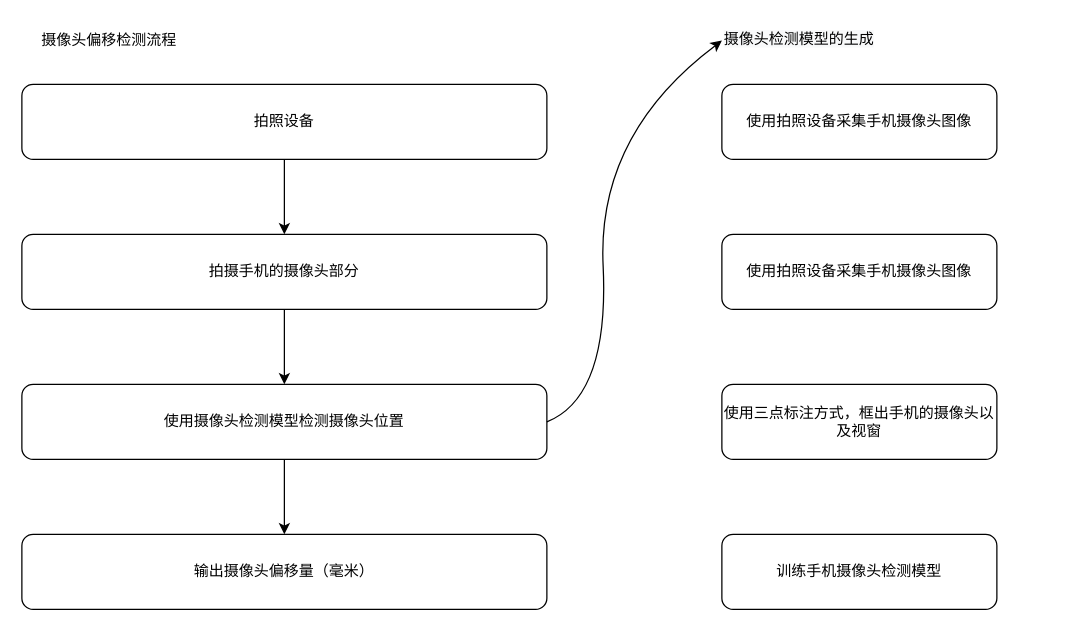
This is 摄像头偏移检测流程图.drawio from Linranran/my_images, a draw.io file, before an edit. Source tidied: cells renumbered, new cells numbered last; positions are measured from the earlier drawing's top-left corner, leaving out a move shared by most shapes. Both pictures are drawn from the tidied source at 125%, with x=0, y=0 at pixel (21, 21).
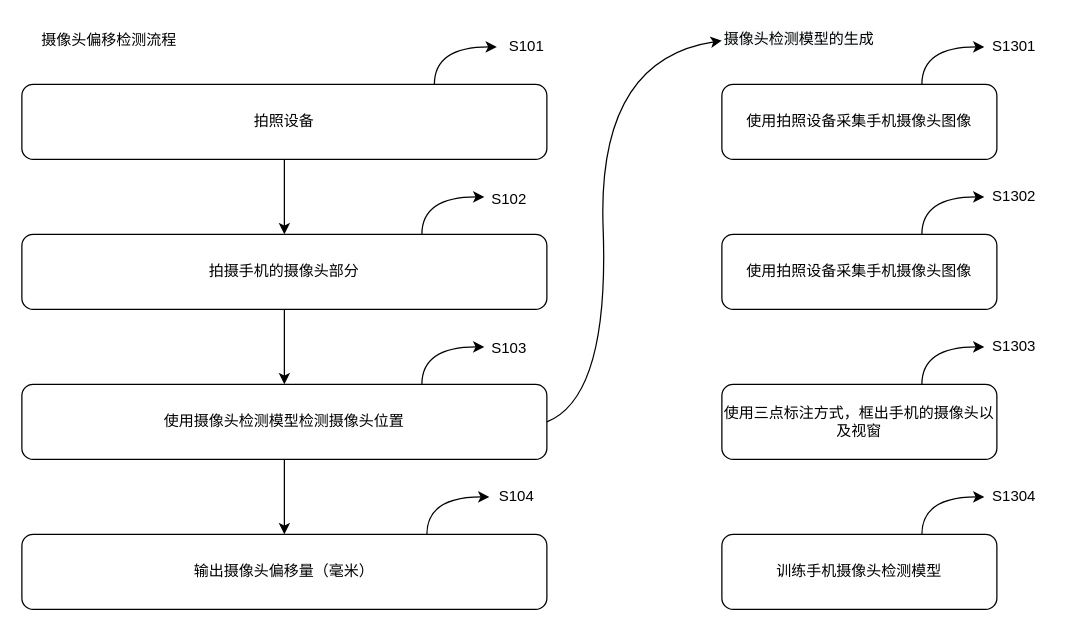
The same diagram, later.

Commit message (it also covers changes not shown here):
Update 摄像头偏移检测流程图.drawio

The change refers to these unchanged cells:
```xml
<mxCell id="7" value="使用摄像头检测模型检测摄像头位置" style="rounded=1;whiteSpace=wrap;html=1;" parent="1" vertex="1">
  <mxGeometry y="290" width="420" height="60" as="geometry" />
</mxCell>
<mxCell id="11" value="&lt;span style=&quot;color: rgb(0, 0, 0); font-family: Helvetica; font-size: 12px; font-style: normal; font-variant-ligatures: normal; font-variant-caps: normal; font-weight: 400; letter-spacing: normal; orphans: 2; text-align: center; text-indent: 0px; text-transform: none; widows: 2; word-spacing: 0px; -webkit-text-stroke-width: 0px; background-color: rgb(248, 249, 250); text-decoration-thickness: initial; text-decoration-style: initial; text-decoration-color: initial; float: none; display: inline !important;&quot;&gt;摄像头检测模型的生成&lt;/span&gt;" style="text;whiteSpace=wrap;html=1;" parent="1" vertex="1">
  <mxGeometry x="560" width="180" height="30" as="geometry" />
</mxCell>
```

The edit, as a diff of the source:
```diff
@@
     <mxCell id="12" style="curved=1;endArrow=classic;html=1;rounded=0;exitX=1;exitY=0.5;exitDx=0;exitDy=0;entryX=0;entryY=0.5;entryDx=0;entryDy=0;" parent="1" edge="1" source="7" target="11">
       <mxGeometry relative="1" as="geometry">
         <Array as="points">
           <mxPoint x="470" y="300" />
-          <mxPoint x="460" y="90" />
+          <mxPoint x="460" y="30" />
         </Array>
       </mxGeometry>
     </mxCell>
@@
+    <mxCell id="16" value="S101" style="text;html=1;strokeColor=none;fillColor=none;align=center;verticalAlign=middle;whiteSpace=wrap;rounded=0;" parent="1" vertex="1">
+      <mxGeometry x="374" y="5" width="60" height="30" as="geometry" />
+    </mxCell>
+    <mxCell id="17" style="curved=1;endArrow=classic;html=1;rounded=0;" parent="1" edge="1">
+      <mxGeometry relative="1" as="geometry">
+        <mxPoint x="324" y="410" as="sourcePoint" />
+        <mxPoint x="374" y="380" as="targetPoint" />
+        <Array as="points">
+          <mxPoint x="324" y="380" />
+        </Array>
+      </mxGeometry>
+    </mxCell>
+    <mxCell id="18" style="curved=1;endArrow=classic;html=1;rounded=0;" parent="1" edge="1">
+      <mxGeometry relative="1" as="geometry">
+        <mxPoint x="320" y="290" as="sourcePoint" />
+        <mxPoint x="370" y="260" as="targetPoint" />
+        <Array as="points">
+          <mxPoint x="320" y="260" />
+        </Array>
+      </mxGeometry>
+    </mxCell>
+    <mxCell id="19" style="curved=1;endArrow=classic;html=1;rounded=0;" parent="1" edge="1">
+      <mxGeometry relative="1" as="geometry">
+        <mxPoint x="320" y="170" as="sourcePoint" />
+        <mxPoint x="370" y="140" as="targetPoint" />
+        <Array as="points">
+          <mxPoint x="320" y="140" />
+        </Array>
+      </mxGeometry>
+    </mxCell>
+    <mxCell id="20" style="curved=1;endArrow=classic;html=1;rounded=0;" parent="1" edge="1">
+      <mxGeometry relative="1" as="geometry">
+        <mxPoint x="330" y="50" as="sourcePoint" />
+        <mxPoint x="380" y="20" as="targetPoint" />
+        <Array as="points">
+          <mxPoint x="330" y="20" />
+        </Array>
+      </mxGeometry>
+    </mxCell>
+    <mxCell id="21" value="S104" style="text;html=1;strokeColor=none;fillColor=none;align=center;verticalAlign=middle;whiteSpace=wrap;rounded=0;" parent="1" vertex="1">
+      <mxGeometry x="366" y="365" width="60" height="30" as="geometry" />
+    </mxCell>
+    <mxCell id="22" value="S103" style="text;html=1;strokeColor=none;fillColor=none;align=center;verticalAlign=middle;whiteSpace=wrap;rounded=0;" parent="1" vertex="1">
+      <mxGeometry x="360" y="246" width="60" height="30" as="geometry" />
+    </mxCell>
+    <mxCell id="23" value="S102" style="text;html=1;strokeColor=none;fillColor=none;align=center;verticalAlign=middle;whiteSpace=wrap;rounded=0;" parent="1" vertex="1">
+      <mxGeometry x="360" y="127" width="60" height="30" as="geometry" />
+    </mxCell>
+    <mxCell id="24" value="S1301" style="text;html=1;strokeColor=none;fillColor=none;align=center;verticalAlign=middle;whiteSpace=wrap;rounded=0;" parent="1" vertex="1">
+      <mxGeometry x="764" y="5" width="60" height="30" as="geometry" />
+    </mxCell>
+    <mxCell id="25" style="curved=1;endArrow=classic;html=1;rounded=0;" parent="1" edge="1">
+      <mxGeometry relative="1" as="geometry">
+        <mxPoint x="720" y="50" as="sourcePoint" />
+        <mxPoint x="770" y="20" as="targetPoint" />
+        <Array as="points">
+          <mxPoint x="720" y="20" />
+        </Array>
+      </mxGeometry>
+    </mxCell>
+    <mxCell id="26" value="S1304" style="text;html=1;strokeColor=none;fillColor=none;align=center;verticalAlign=middle;whiteSpace=wrap;rounded=0;" parent="1" vertex="1">
+      <mxGeometry x="764" y="365" width="60" height="30" as="geometry" />
+    </mxCell>
+    <mxCell id="27" style="curved=1;endArrow=classic;html=1;rounded=0;" parent="1" edge="1">
+      <mxGeometry relative="1" as="geometry">
+        <mxPoint x="720" y="410" as="sourcePoint" />
+        <mxPoint x="770" y="380" as="targetPoint" />
+        <Array as="points">
+          <mxPoint x="720" y="380" />
+        </Array>
+      </mxGeometry>
+    </mxCell>
+    <mxCell id="28" value="S1302" style="text;html=1;strokeColor=none;fillColor=none;align=center;verticalAlign=middle;whiteSpace=wrap;rounded=0;" parent="1" vertex="1">
+      <mxGeometry x="764" y="125" width="60" height="30" as="geometry" />
+    </mxCell>
+    <mxCell id="29" style="curved=1;endArrow=classic;html=1;rounded=0;" parent="1" edge="1">
+      <mxGeometry relative="1" as="geometry">
+        <mxPoint x="720" y="170" as="sourcePoint" />
+        <mxPoint x="770" y="140" as="targetPoint" />
+        <Array as="points">
+          <mxPoint x="720" y="140" />
+        </Array>
+      </mxGeometry>
+    </mxCell>
+    <mxCell id="30" value="S1303" style="text;html=1;strokeColor=none;fillColor=none;align=center;verticalAlign=middle;whiteSpace=wrap;rounded=0;" parent="1" vertex="1">
+      <mxGeometry x="764" y="245" width="60" height="30" as="geometry" />
+    </mxCell>
+    <mxCell id="31" style="curved=1;endArrow=classic;html=1;rounded=0;" parent="1" edge="1">
+      <mxGeometry relative="1" as="geometry">
+        <mxPoint x="720" y="290" as="sourcePoint" />
+        <mxPoint x="770" y="260" as="targetPoint" />
+        <Array as="points">
+          <mxPoint x="720" y="260" />
+        </Array>
+      </mxGeometry>
+    </mxCell>
```
